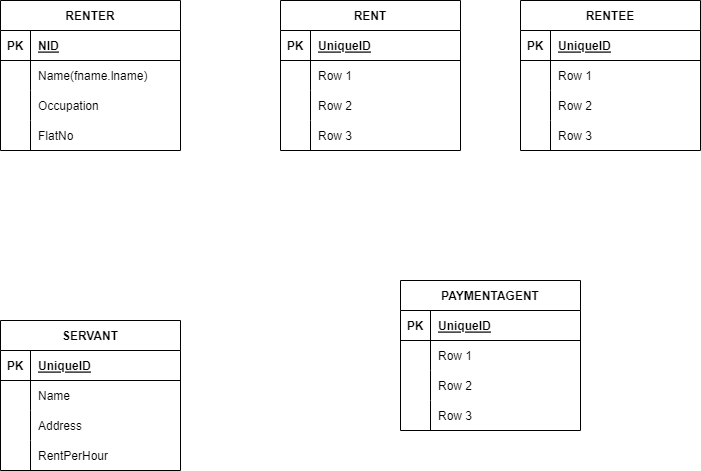
This is EERD.png from toushifhossain1/Residential-Management-and-Monitoring-System, a draw.io export, as it was before one commit. Source tidied: cells renumbered, new cells last; positions are measured from the earlier drawing's top-left corner, leaving out a move shared by most shapes.
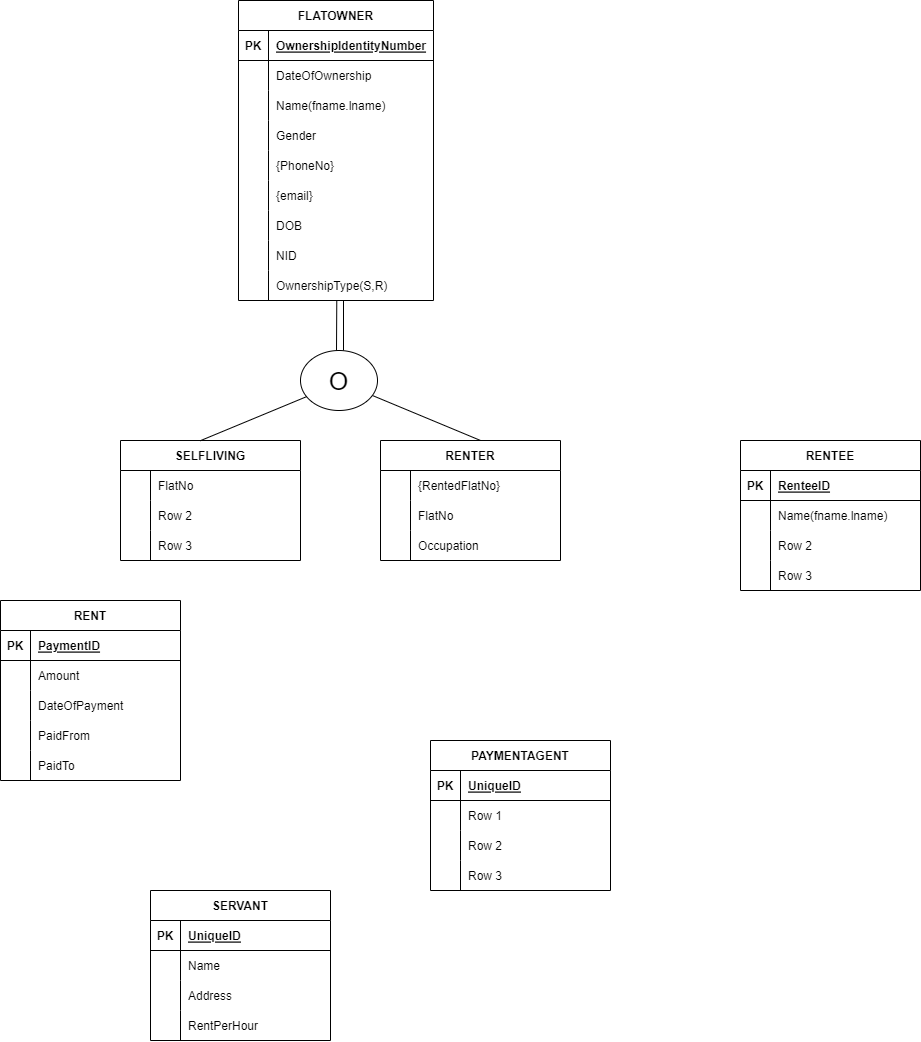
The same diagram one commit later.

Diff of the diagram source:
```diff
@@ -5,22 +5,22 @@
     <mxCell id="2" value="RENTER" style="shape=table;startSize=30;rowLines=0;fontStyle=1;align=center;" parent="1" vertex="1">
-      <mxGeometry width="180" height="150" as="geometry" />
+      <mxGeometry x="320" y="440" width="180" height="120" as="geometry" />
     </mxCell>
-    <mxCell id="3" style="shape=tableRow;horizontal=0;startSize=0;swimlaneHead=0;swimlaneBody=0;fillColor=none;top=0;left=0;right=0;bottom=1;" parent="2" vertex="1">
-      <mxGeometry y="30" width="180" height="30" as="geometry" />
-    </mxCell>
-    <mxCell id="4" value="PK" style="shape=partialRectangle;fillColor=none;top=0;left=0;bottom=0;right=0;fontStyle=1;overflow=hidden;" parent="3" vertex="1">
-      <mxGeometry width="30" height="30" as="geometry" />
-    </mxCell>
-    <mxCell id="5" value="NID" style="shape=partialRectangle;fillColor=none;top=0;left=0;bottom=0;right=0;align=left;spacingLeft=6;fontStyle=5;overflow=hidden;" parent="3" vertex="1">
-      <mxGeometry x="30" width="150" height="30" as="geometry" />
-    </mxCell>
-    <mxCell id="6" style="shape=tableRow;horizontal=0;startSize=0;swimlaneHead=0;swimlaneBody=0;fillColor=none;top=0;left=0;right=0;bottom=0;" parent="2" vertex="1">
-      <mxGeometry y="60" width="180" height="30" as="geometry" />
-    </mxCell>
-    <mxCell id="7" style="shape=partialRectangle;fillColor=none;top=0;left=0;bottom=0;right=0;overflow=hidden;" parent="6" vertex="1">
-      <mxGeometry width="30" height="30" as="geometry" />
-    </mxCell>
-    <mxCell id="8" value="Name(fname.lname)" style="shape=partialRectangle;fillColor=none;top=0;left=0;bottom=0;right=0;align=left;spacingLeft=6;overflow=hidden;" parent="6" vertex="1">
-      <mxGeometry x="30" width="150" height="30" as="geometry" />
-    </mxCell>
+    <mxCell id="67" style="shape=tableRow;horizontal=0;startSize=0;swimlaneHead=0;swimlaneBody=0;fillColor=none;top=0;left=0;right=0;bottom=0;" parent="2" vertex="1">
+      <mxGeometry y="30" width="180" height="30" as="geometry" />
+    </mxCell>
+    <mxCell id="68" style="shape=partialRectangle;fillColor=none;top=0;left=0;bottom=0;right=0;overflow=hidden;" parent="67" vertex="1">
+      <mxGeometry width="30" height="30" as="geometry" />
+    </mxCell>
+    <mxCell id="69" value="{RentedFlatNo}" style="shape=partialRectangle;fillColor=none;top=0;left=0;bottom=0;right=0;align=left;spacingLeft=6;overflow=hidden;" parent="67" vertex="1">
+      <mxGeometry x="30" width="150" height="30" as="geometry" />
+    </mxCell>
+    <mxCell id="70" style="shape=tableRow;horizontal=0;startSize=0;swimlaneHead=0;swimlaneBody=0;fillColor=none;top=0;left=0;right=0;bottom=0;" parent="2" vertex="1">
+      <mxGeometry y="60" width="180" height="30" as="geometry" />
+    </mxCell>
+    <mxCell id="71" style="shape=partialRectangle;fillColor=none;top=0;left=0;bottom=0;right=0;overflow=hidden;" parent="70" vertex="1">
+      <mxGeometry width="30" height="30" as="geometry" />
+    </mxCell>
+    <mxCell id="72" value="FlatNo" style="shape=partialRectangle;fillColor=none;top=0;left=0;bottom=0;right=0;align=left;spacingLeft=6;overflow=hidden;" parent="70" vertex="1">
+      <mxGeometry x="30" width="150" height="30" as="geometry" />
+    </mxCell>
     <mxCell id="9" style="shape=tableRow;horizontal=0;startSize=0;swimlaneHead=0;swimlaneBody=0;fillColor=none;top=0;left=0;right=0;bottom=0;" parent="2" vertex="1">
@@ -34,13 +34,4 @@
     </mxCell>
-    <mxCell id="12" style="shape=tableRow;horizontal=0;startSize=0;swimlaneHead=0;swimlaneBody=0;fillColor=none;top=0;left=0;right=0;bottom=0;" parent="2" vertex="1">
-      <mxGeometry y="120" width="180" height="30" as="geometry" />
-    </mxCell>
-    <mxCell id="13" style="shape=partialRectangle;fillColor=none;top=0;left=0;bottom=0;right=0;overflow=hidden;" parent="12" vertex="1">
-      <mxGeometry width="30" height="30" as="geometry" />
-    </mxCell>
-    <mxCell id="14" value="FlatNo" style="shape=partialRectangle;fillColor=none;top=0;left=0;bottom=0;right=0;align=left;spacingLeft=6;overflow=hidden;" parent="12" vertex="1">
-      <mxGeometry x="30" width="150" height="30" as="geometry" />
-    </mxCell>
     <mxCell id="15" value="RENT" style="shape=table;startSize=30;rowLines=0;fontStyle=1;align=center;" parent="1" vertex="1">
-      <mxGeometry x="280" width="180" height="150" as="geometry" />
+      <mxGeometry x="-60" y="600" width="180" height="180" as="geometry" />
     </mxCell>
@@ -52,3 +43,3 @@
     </mxCell>
-    <mxCell id="18" value="UniqueID" style="shape=partialRectangle;fillColor=none;top=0;left=0;bottom=0;right=0;align=left;spacingLeft=6;fontStyle=5;overflow=hidden;" parent="16" vertex="1">
+    <mxCell id="18" value="PaymentID" style="shape=partialRectangle;fillColor=none;top=0;left=0;bottom=0;right=0;align=left;spacingLeft=6;fontStyle=5;overflow=hidden;" parent="16" vertex="1">
       <mxGeometry x="30" width="150" height="30" as="geometry" />
@@ -61,3 +52,3 @@
     </mxCell>
-    <mxCell id="21" value="Row 1" style="shape=partialRectangle;fillColor=none;top=0;left=0;bottom=0;right=0;align=left;spacingLeft=6;overflow=hidden;" parent="19" vertex="1">
+    <mxCell id="21" value="Amount" style="shape=partialRectangle;fillColor=none;top=0;left=0;bottom=0;right=0;align=left;spacingLeft=6;overflow=hidden;" parent="19" vertex="1">
       <mxGeometry x="30" width="150" height="30" as="geometry" />
@@ -70,3 +61,3 @@
     </mxCell>
-    <mxCell id="24" value="Row 2" style="shape=partialRectangle;fillColor=none;top=0;left=0;bottom=0;right=0;align=left;spacingLeft=6;overflow=hidden;" parent="22" vertex="1">
+    <mxCell id="24" value="DateOfPayment" style="shape=partialRectangle;fillColor=none;top=0;left=0;bottom=0;right=0;align=left;spacingLeft=6;overflow=hidden;" parent="22" vertex="1">
       <mxGeometry x="30" width="150" height="30" as="geometry" />
@@ -79,7 +70,16 @@
     </mxCell>
-    <mxCell id="27" value="Row 3" style="shape=partialRectangle;fillColor=none;top=0;left=0;bottom=0;right=0;align=left;spacingLeft=6;overflow=hidden;" parent="25" vertex="1">
+    <mxCell id="27" value="PaidFrom" style="shape=partialRectangle;fillColor=none;top=0;left=0;bottom=0;right=0;align=left;spacingLeft=6;overflow=hidden;" parent="25" vertex="1">
       <mxGeometry x="30" width="150" height="30" as="geometry" />
     </mxCell>
+    <mxCell id="73" style="shape=tableRow;horizontal=0;startSize=0;swimlaneHead=0;swimlaneBody=0;fillColor=none;top=0;left=0;right=0;bottom=0;" parent="15" vertex="1">
+      <mxGeometry y="150" width="180" height="30" as="geometry" />
+    </mxCell>
+    <mxCell id="74" style="shape=partialRectangle;fillColor=none;top=0;left=0;bottom=0;right=0;overflow=hidden;" parent="73" vertex="1">
+      <mxGeometry width="30" height="30" as="geometry" />
+    </mxCell>
+    <mxCell id="75" value="PaidTo" style="shape=partialRectangle;fillColor=none;top=0;left=0;bottom=0;right=0;align=left;spacingLeft=6;overflow=hidden;" parent="73" vertex="1">
+      <mxGeometry x="30" width="150" height="30" as="geometry" />
+    </mxCell>
     <mxCell id="28" value="PAYMENTAGENT" style="shape=table;startSize=30;rowLines=0;fontStyle=1;align=center;" parent="1" vertex="1">
-      <mxGeometry x="400" y="280" width="180" height="150" as="geometry" />
+      <mxGeometry x="370" y="740" width="180" height="150" as="geometry" />
     </mxCell>
@@ -122,3 +122,3 @@
     <mxCell id="41" value="RENTEE" style="shape=table;startSize=30;rowLines=0;fontStyle=1;align=center;" parent="1" vertex="1">
-      <mxGeometry x="520" width="180" height="150" as="geometry" />
+      <mxGeometry x="680" y="440" width="180" height="150" as="geometry" />
     </mxCell>
@@ -130,3 +130,3 @@
     </mxCell>
-    <mxCell id="44" value="UniqueID" style="shape=partialRectangle;fillColor=none;top=0;left=0;bottom=0;right=0;align=left;spacingLeft=6;fontStyle=5;overflow=hidden;" parent="42" vertex="1">
+    <mxCell id="44" value="RenteeID" style="shape=partialRectangle;fillColor=none;top=0;left=0;bottom=0;right=0;align=left;spacingLeft=6;fontStyle=5;overflow=hidden;" parent="42" vertex="1">
       <mxGeometry x="30" width="150" height="30" as="geometry" />
@@ -139,3 +139,3 @@
     </mxCell>
-    <mxCell id="47" value="Row 1" style="shape=partialRectangle;fillColor=none;top=0;left=0;bottom=0;right=0;align=left;spacingLeft=6;overflow=hidden;" parent="45" vertex="1">
+    <mxCell id="47" value="Name(fname.lname)" style="shape=partialRectangle;fillColor=none;top=0;left=0;bottom=0;right=0;align=left;spacingLeft=6;overflow=hidden;" parent="45" vertex="1">
       <mxGeometry x="30" width="150" height="30" as="geometry" />
@@ -161,3 +161,3 @@
     <mxCell id="54" value="SERVANT" style="shape=table;startSize=30;rowLines=0;fontStyle=1;align=center;" parent="1" vertex="1">
-      <mxGeometry y="320" width="180" height="150" as="geometry" />
+      <mxGeometry x="90" y="890" width="180" height="150" as="geometry" />
     </mxCell>
@@ -199,2 +199,136 @@
     </mxCell>
+    <mxCell id="76" value="FLATOWNER" style="shape=table;startSize=30;rowLines=0;fontStyle=1;align=center;" parent="1" vertex="1">
+      <mxGeometry x="178" width="195" height="300" as="geometry" />
+    </mxCell>
+    <mxCell id="77" style="shape=tableRow;horizontal=0;startSize=0;swimlaneHead=0;swimlaneBody=0;fillColor=none;top=0;left=0;right=0;bottom=1;" parent="76" vertex="1">
+      <mxGeometry y="30" width="195" height="30" as="geometry" />
+    </mxCell>
+    <mxCell id="4" value="PK" style="shape=partialRectangle;fillColor=none;top=0;left=0;bottom=0;right=0;fontStyle=1;overflow=hidden;" parent="77" vertex="1">
+      <mxGeometry width="30" height="30" as="geometry" />
+    </mxCell>
+    <mxCell id="78" value="OwnershipIdentityNumber" style="shape=partialRectangle;fillColor=none;top=0;left=0;bottom=0;right=0;align=left;spacingLeft=6;fontStyle=5;overflow=hidden;" parent="77" vertex="1">
+      <mxGeometry x="30" width="165" height="30" as="geometry" />
+    </mxCell>
+    <mxCell id="79" style="shape=tableRow;horizontal=0;startSize=0;swimlaneHead=0;swimlaneBody=0;fillColor=none;top=0;left=0;right=0;bottom=0;" parent="76" vertex="1">
+      <mxGeometry y="60" width="195" height="30" as="geometry" />
+    </mxCell>
+    <mxCell id="80" style="shape=partialRectangle;fillColor=none;top=0;left=0;bottom=0;right=0;overflow=hidden;" parent="79" vertex="1">
+      <mxGeometry width="30" height="30" as="geometry" />
+    </mxCell>
+    <mxCell id="81" value="DateOfOwnership" style="shape=partialRectangle;fillColor=none;top=0;left=0;bottom=0;right=0;align=left;spacingLeft=6;overflow=hidden;" parent="79" vertex="1">
+      <mxGeometry x="30" width="165" height="30" as="geometry" />
+    </mxCell>
+    <mxCell id="82" style="shape=tableRow;horizontal=0;startSize=0;swimlaneHead=0;swimlaneBody=0;fillColor=none;top=0;left=0;right=0;bottom=0;" parent="76" vertex="1">
+      <mxGeometry y="90" width="195" height="30" as="geometry" />
+    </mxCell>
+    <mxCell id="83" style="shape=partialRectangle;fillColor=none;top=0;left=0;bottom=0;right=0;overflow=hidden;" parent="82" vertex="1">
+      <mxGeometry width="30" height="30" as="geometry" />
+    </mxCell>
+    <mxCell id="8" value="Name(fname.lname)" style="shape=partialRectangle;fillColor=none;top=0;left=0;bottom=0;right=0;align=left;spacingLeft=6;overflow=hidden;" parent="82" vertex="1">
+      <mxGeometry x="30" width="165" height="30" as="geometry" />
+    </mxCell>
+    <mxCell id="84" style="shape=tableRow;horizontal=0;startSize=0;swimlaneHead=0;swimlaneBody=0;fillColor=none;top=0;left=0;right=0;bottom=0;" parent="76" vertex="1">
+      <mxGeometry y="120" width="195" height="30" as="geometry" />
+    </mxCell>
+    <mxCell id="85" style="shape=partialRectangle;fillColor=none;top=0;left=0;bottom=0;right=0;overflow=hidden;" parent="84" vertex="1">
+      <mxGeometry width="30" height="30" as="geometry" />
+    </mxCell>
+    <mxCell id="86" value="Gender" style="shape=partialRectangle;fillColor=none;top=0;left=0;bottom=0;right=0;align=left;spacingLeft=6;overflow=hidden;" parent="84" vertex="1">
+      <mxGeometry x="30" width="165" height="30" as="geometry" />
+    </mxCell>
+    <mxCell id="87" style="shape=tableRow;horizontal=0;startSize=0;swimlaneHead=0;swimlaneBody=0;fillColor=none;top=0;left=0;right=0;bottom=0;" parent="76" vertex="1">
+      <mxGeometry y="150" width="195" height="30" as="geometry" />
+    </mxCell>
+    <mxCell id="88" style="shape=partialRectangle;fillColor=none;top=0;left=0;bottom=0;right=0;overflow=hidden;" parent="87" vertex="1">
+      <mxGeometry width="30" height="30" as="geometry" />
+    </mxCell>
+    <mxCell id="89" value="{PhoneNo}" style="shape=partialRectangle;fillColor=none;top=0;left=0;bottom=0;right=0;align=left;spacingLeft=6;overflow=hidden;" parent="87" vertex="1">
+      <mxGeometry x="30" width="165" height="30" as="geometry" />
+    </mxCell>
+    <mxCell id="90" style="shape=tableRow;horizontal=0;startSize=0;swimlaneHead=0;swimlaneBody=0;fillColor=none;top=0;left=0;right=0;bottom=0;" parent="76" vertex="1">
+      <mxGeometry y="180" width="195" height="30" as="geometry" />
+    </mxCell>
+    <mxCell id="91" style="shape=partialRectangle;fillColor=none;top=0;left=0;bottom=0;right=0;overflow=hidden;" parent="90" vertex="1">
+      <mxGeometry width="30" height="30" as="geometry" />
+    </mxCell>
+    <mxCell id="92" value="{email}" style="shape=partialRectangle;fillColor=none;top=0;left=0;bottom=0;right=0;align=left;spacingLeft=6;overflow=hidden;" parent="90" vertex="1">
+      <mxGeometry x="30" width="165" height="30" as="geometry" />
+    </mxCell>
+    <mxCell id="93" style="shape=tableRow;horizontal=0;startSize=0;swimlaneHead=0;swimlaneBody=0;fillColor=none;top=0;left=0;right=0;bottom=0;" parent="76" vertex="1">
+      <mxGeometry y="210" width="195" height="30" as="geometry" />
+    </mxCell>
+    <mxCell id="94" style="shape=partialRectangle;fillColor=none;top=0;left=0;bottom=0;right=0;overflow=hidden;" parent="93" vertex="1">
+      <mxGeometry width="30" height="30" as="geometry" />
+    </mxCell>
+    <mxCell id="95" value="DOB" style="shape=partialRectangle;fillColor=none;top=0;left=0;bottom=0;right=0;align=left;spacingLeft=6;overflow=hidden;" parent="93" vertex="1">
+      <mxGeometry x="30" width="165" height="30" as="geometry" />
+    </mxCell>
+    <mxCell id="96" style="shape=tableRow;horizontal=0;startSize=0;swimlaneHead=0;swimlaneBody=0;fillColor=none;top=0;left=0;right=0;bottom=0;" parent="76" vertex="1">
+      <mxGeometry y="240" width="195" height="30" as="geometry" />
+    </mxCell>
+    <mxCell id="97" style="shape=partialRectangle;fillColor=none;top=0;left=0;bottom=0;right=0;overflow=hidden;" parent="96" vertex="1">
+      <mxGeometry width="30" height="30" as="geometry" />
+    </mxCell>
+    <mxCell id="5" value="NID" style="shape=partialRectangle;fillColor=none;top=0;left=0;bottom=0;right=0;align=left;spacingLeft=6;overflow=hidden;" parent="96" vertex="1">
+      <mxGeometry x="30" width="165" height="30" as="geometry" />
+    </mxCell>
+    <mxCell id="98" style="shape=tableRow;horizontal=0;startSize=0;swimlaneHead=0;swimlaneBody=0;fillColor=none;points=[[0,0.5],[1,0.5]];portConstraint=eastwest;top=0;left=0;right=0;bottom=0;" parent="76" vertex="1">
+      <mxGeometry y="270" width="195" height="30" as="geometry" />
+    </mxCell>
+    <mxCell id="99" style="shape=partialRectangle;fillColor=none;top=0;left=0;bottom=0;right=0;overflow=hidden;" parent="98" vertex="1">
+      <mxGeometry width="30" height="30" as="geometry" />
+    </mxCell>
+    <mxCell id="100" value="OwnershipType(S,R)" style="shape=partialRectangle;fillColor=none;top=0;left=0;bottom=0;right=0;align=left;spacingLeft=6;overflow=hidden;" parent="98" vertex="1">
+      <mxGeometry x="30" width="165" height="30" as="geometry" />
+    </mxCell>
+    <mxCell id="101" value="SELFLIVING" style="shape=table;startSize=30;rowLines=0;fontStyle=1;align=center;" parent="1" vertex="1">
+      <mxGeometry x="60" y="440" width="180" height="120" as="geometry" />
+    </mxCell>
+    <mxCell id="102" style="shape=tableRow;horizontal=0;startSize=0;swimlaneHead=0;swimlaneBody=0;fillColor=none;top=0;left=0;right=0;bottom=0;" parent="101" vertex="1">
+      <mxGeometry y="30" width="180" height="30" as="geometry" />
+    </mxCell>
+    <mxCell id="103" style="shape=partialRectangle;fillColor=none;top=0;left=0;bottom=0;right=0;overflow=hidden;" parent="102" vertex="1">
+      <mxGeometry width="30" height="30" as="geometry" />
+    </mxCell>
+    <mxCell id="104" value="FlatNo" style="shape=partialRectangle;fillColor=none;top=0;left=0;bottom=0;right=0;align=left;spacingLeft=6;overflow=hidden;" parent="102" vertex="1">
+      <mxGeometry x="30" width="150" height="30" as="geometry" />
+    </mxCell>
+    <mxCell id="105" style="shape=tableRow;horizontal=0;startSize=0;swimlaneHead=0;swimlaneBody=0;fillColor=none;top=0;left=0;right=0;bottom=0;" parent="101" vertex="1">
+      <mxGeometry y="60" width="180" height="30" as="geometry" />
+    </mxCell>
+    <mxCell id="106" style="shape=partialRectangle;fillColor=none;top=0;left=0;bottom=0;right=0;overflow=hidden;" parent="105" vertex="1">
+      <mxGeometry width="30" height="30" as="geometry" />
+    </mxCell>
+    <mxCell id="107" value="Row 2" style="shape=partialRectangle;fillColor=none;top=0;left=0;bottom=0;right=0;align=left;spacingLeft=6;overflow=hidden;" parent="105" vertex="1">
+      <mxGeometry x="30" width="150" height="30" as="geometry" />
+    </mxCell>
+    <mxCell id="108" style="shape=tableRow;horizontal=0;startSize=0;swimlaneHead=0;swimlaneBody=0;fillColor=none;top=0;left=0;right=0;bottom=0;" parent="101" vertex="1">
+      <mxGeometry y="90" width="180" height="30" as="geometry" />
+    </mxCell>
+    <mxCell id="109" style="shape=partialRectangle;fillColor=none;top=0;left=0;bottom=0;right=0;overflow=hidden;" parent="108" vertex="1">
+      <mxGeometry width="30" height="30" as="geometry" />
+    </mxCell>
+    <mxCell id="110" value="Row 3" style="shape=partialRectangle;fillColor=none;top=0;left=0;bottom=0;right=0;align=left;spacingLeft=6;overflow=hidden;" parent="108" vertex="1">
+      <mxGeometry x="30" width="150" height="30" as="geometry" />
+    </mxCell>
+    <mxCell id="111" style="endArrow=none;html=1;rounded=0;" parent="1" edge="1">
+      <mxGeometry relative="1" as="geometry">
+        <mxPoint x="283" y="300" as="sourcePoint" />
+        <mxPoint x="283" y="350" as="targetPoint" />
+      </mxGeometry>
+    </mxCell>
+    <mxCell id="112" style="endArrow=none;html=1;rounded=0;exitX=0.504;exitY=1.009;exitDx=0;exitDy=0;exitPerimeter=0;" parent="1" edge="1" source="98">
+      <mxGeometry relative="1" as="geometry">
+        <mxPoint x="276" y="350" as="targetPoint" />
+      </mxGeometry>
+    </mxCell>
+    <mxCell id="113" value="&lt;font style=&quot;font-size: 25px;&quot;&gt;O&lt;/font&gt;" style="ellipse;whiteSpace=wrap;html=1;" parent="1" vertex="1">
+      <mxGeometry x="240" y="350" width="77" height="60" as="geometry" />
+    </mxCell>
+    <mxCell id="114" style="endArrow=none;html=1;rounded=0;fontSize=25;exitX=0.443;exitY=0.002;exitDx=0;exitDy=0;entryX=0.072;entryY=0.773;entryDx=0;entryDy=0;entryPerimeter=0;exitPerimeter=0;" parent="1" edge="1" source="101" target="113">
+      <mxGeometry relative="1" as="geometry" />
+    </mxCell>
+    <mxCell id="115" style="endArrow=none;html=1;rounded=0;fontSize=25;exitX=0.938;exitY=0.752;exitDx=0;exitDy=0;exitPerimeter=0;entryX=0.556;entryY=0;entryDx=0;entryDy=0;entryPerimeter=0;" parent="1" edge="1" source="113" target="2">
+      <mxGeometry relative="1" as="geometry" />
+    </mxCell>
   </root>
```
